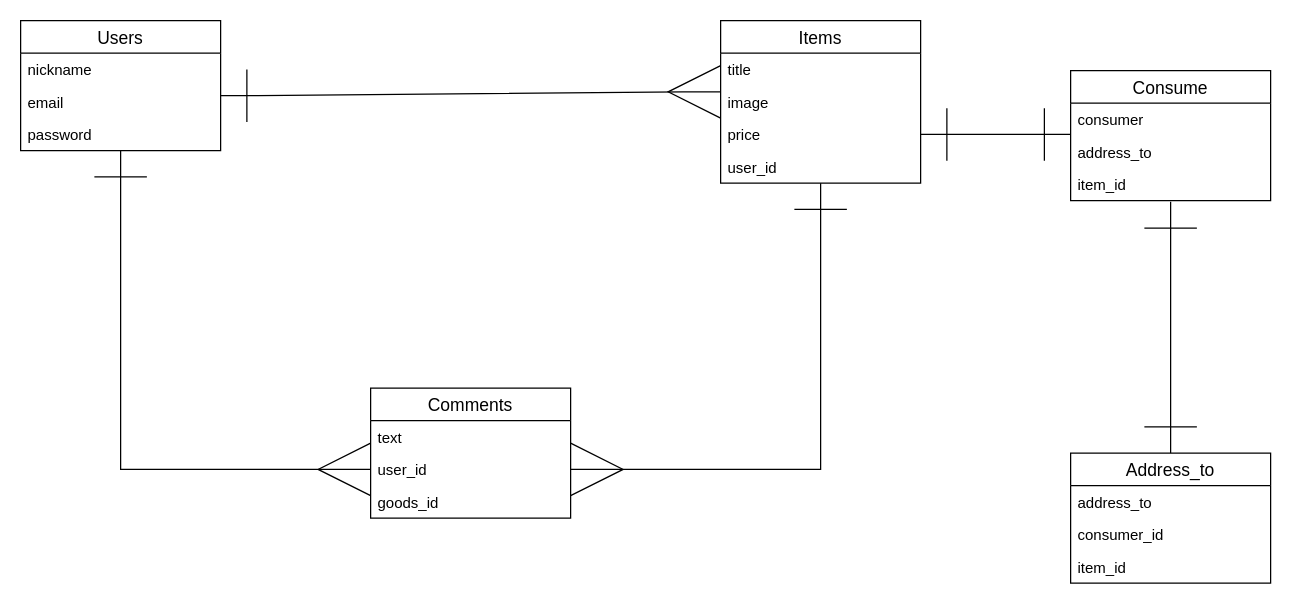
This is config/ERD.drawio from phyirome/furima-29228, a draw.io file, before an edit. Source tidied: cells renumbered, new cells numbered last; positions are measured from the earlier drawing's top-left corner, leaving out a move shared by most shapes. Both pictures are drawn from the tidied source at 125%, with x=0, y=0 at pixel (20, 20).
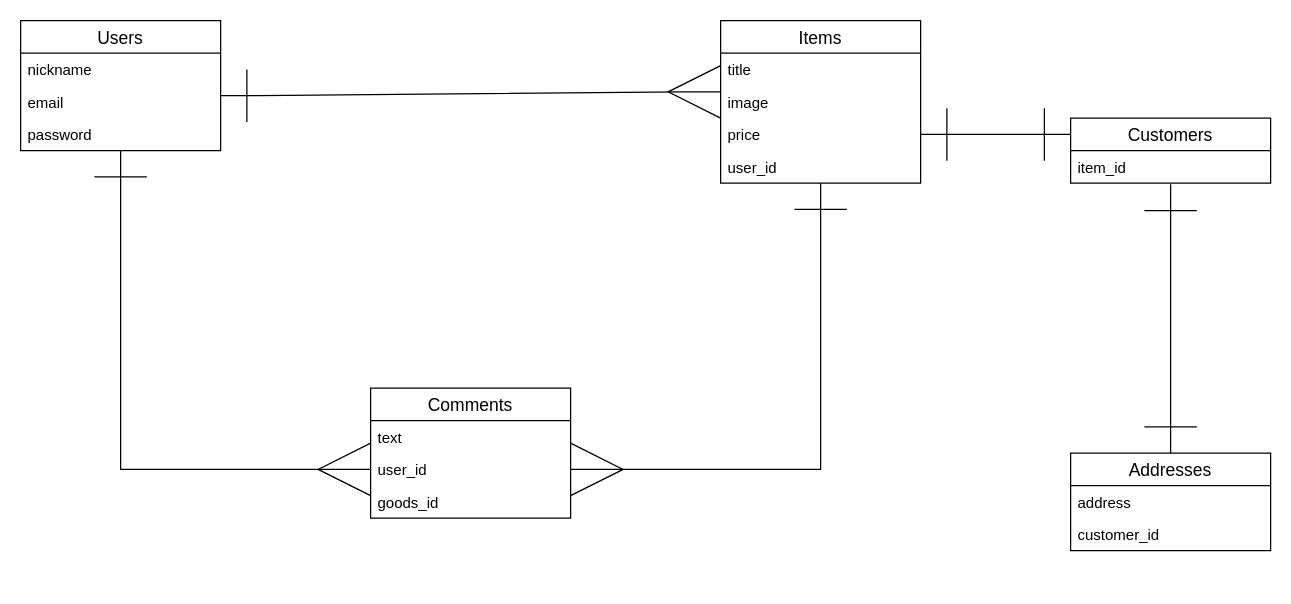
After the change.

Diff of the diagram source:
```diff
@@
-    <mxCell id="18" value="Consume" style="swimlane;fontStyle=0;horizontal=1;startSize=26;align=center;fontSize=14;" parent="1" vertex="1">
-      <mxGeometry x="840" y="40" width="160" height="104" as="geometry" />
-    </mxCell>
-    <mxCell id="19" value="consumer" style="text;strokeColor=none;fillColor=none;spacingLeft=4;spacingRight=4;overflow=hidden;fontSize=12;" parent="18" vertex="1">
-      <mxGeometry y="26" width="160" height="26" as="geometry" />
-    </mxCell>
-    <mxCell id="20" value="address_to" style="text;strokeColor=none;fillColor=none;spacingLeft=4;spacingRight=4;overflow=hidden;fontSize=12;" parent="18" vertex="1">
-      <mxGeometry y="52" width="160" height="26" as="geometry" />
-    </mxCell>
-    <mxCell id="21" value="item_id" style="text;strokeColor=none;fillColor=none;spacingLeft=4;spacingRight=4;overflow=hidden;points=[[0,0.5],[1,0.5]];portConstraint=eastwest;fontSize=12;" parent="18" vertex="1">
-      <mxGeometry y="78" width="160" height="26" as="geometry" />
-    </mxCell>
@@
-    <mxCell id="23" value="Address_to" style="swimlane;fontStyle=0;horizontal=1;startSize=26;align=center;fontSize=14;" parent="1" vertex="1">
-      <mxGeometry x="840" y="346" width="160" height="104" as="geometry" />
+    <mxCell id="23" value="Addresses" style="swimlane;fontStyle=0;horizontal=1;startSize=26;align=center;fontSize=14;" parent="1" vertex="1">
+      <mxGeometry x="840" y="346" width="160" height="78" as="geometry" />
     </mxCell>
-    <mxCell id="24" value="address_to" style="text;strokeColor=none;fillColor=none;spacingLeft=4;spacingRight=4;overflow=hidden;fontSize=12;" parent="23" vertex="1">
+    <mxCell id="24" value="address" style="text;strokeColor=none;fillColor=none;spacingLeft=4;spacingRight=4;overflow=hidden;fontSize=12;" parent="23" vertex="1">
       <mxGeometry y="26" width="160" height="26" as="geometry" />
     </mxCell>
-    <mxCell id="25" value="consumer_id" style="text;strokeColor=none;fillColor=none;spacingLeft=4;spacingRight=4;overflow=hidden;fontSize=12;" parent="23" vertex="1">
+    <mxCell id="25" value="customer_id" style="text;strokeColor=none;fillColor=none;spacingLeft=4;spacingRight=4;overflow=hidden;fontSize=12;" parent="23" vertex="1">
       <mxGeometry y="52" width="160" height="26" as="geometry" />
     </mxCell>
-    <mxCell id="26" value="item_id" style="text;strokeColor=none;fillColor=none;spacingLeft=4;spacingRight=4;overflow=hidden;fontSize=12;" parent="23" vertex="1">
-      <mxGeometry y="78" width="160" height="26" as="geometry" />
-    </mxCell>
@@
+    <mxCell id="18" value="Customers" style="swimlane;fontStyle=0;horizontal=1;startSize=26;align=center;fontSize=14;" parent="1" vertex="1">
+      <mxGeometry x="840" y="78" width="160" height="52" as="geometry" />
+    </mxCell>
+    <mxCell id="21" value="item_id" style="text;strokeColor=none;fillColor=none;spacingLeft=4;spacingRight=4;overflow=hidden;points=[[0,0.5],[1,0.5]];portConstraint=eastwest;fontSize=12;" parent="18" vertex="1">
+      <mxGeometry y="26" width="160" height="26" as="geometry" />
+    </mxCell>
```
